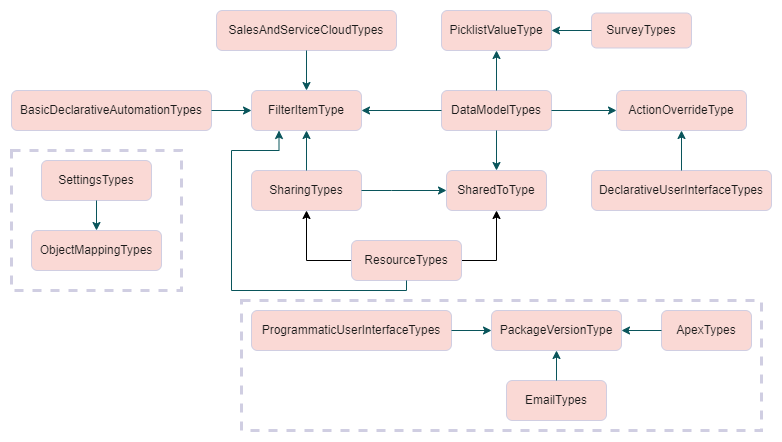
Before: package_diagram.png, a diagram exported from draw.io (learnbenlearn/ApexMetadataAPI). Source tidied: cells renumbered, new cells last; positions are measured from the earlier drawing's top-left corner, leaving out a move shared by most shapes.
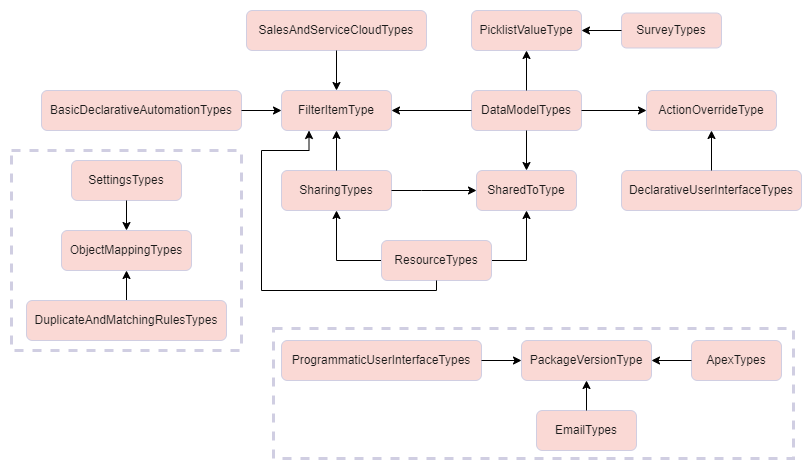
The same file after the commit.

The edit, as a diff of the source:
```diff
@@ -3,9 +3,9 @@
     <mxCell id="0" />
     <mxCell id="1" parent="0" />
     <mxCell id="2" style="group;fontColor=#1A1A1A;" parent="1" vertex="1">
-      <mxGeometry width="760" height="310" as="geometry" />
+      <mxGeometry width="760" height="440" as="geometry" />
     </mxCell>
-    <mxCell id="3" style="edgeStyle=orthogonalEdgeStyle;rounded=0;jettySize=auto;html=1;entryX=0.5;entryY=1;entryDx=0;entryDy=0;exitX=0;exitY=0.5;exitDx=0;exitDy=0;" parent="2" edge="1" source="5" target="6">
+    <mxCell id="3" style="edgeStyle=orthogonalEdgeStyle;rounded=0;jettySize=auto;html=1;entryX=0.5;entryY=1;entryDx=0;entryDy=0;exitX=0;exitY=0.5;exitDx=0;exitDy=0;strokeColor=#000000;" parent="2" edge="1" source="5" target="6">
       <mxGeometry relative="1" as="geometry">
         <Array as="points">
           <mxPoint x="295" y="250" />
@@ -51,10 +51,10 @@
     <mxCell id="16" value="FilterItemType" style="rounded=1;whiteSpace=wrap;html=1;fillColor=#FAD9D5;strokeColor=#D0CEE2;fontColor=#1A1A1A;" parent="14" vertex="1">
       <mxGeometry x="35" y="80" width="110" height="40" as="geometry" />
     </mxCell>
-    <mxCell id="17" style="edgeStyle=orthogonalEdgeStyle;rounded=0;jettySize=auto;html=1;strokeColor=#09555B;fontColor=#1A1A1A;" parent="14" edge="1" source="15" target="16">
+    <mxCell id="17" style="edgeStyle=orthogonalEdgeStyle;rounded=0;jettySize=auto;html=1;strokeColor=#000000;fontColor=#1A1A1A;exitX=0.5;exitY=1;exitDx=0;exitDy=0;" parent="14" edge="1" source="15" target="16">
       <mxGeometry relative="1" as="geometry" />
     </mxCell>
-    <mxCell id="18" style="edgeStyle=orthogonalEdgeStyle;rounded=0;jettySize=auto;html=1;strokeColor=#09555B;fontColor=#1A1A1A;exitX=1;exitY=0.5;exitDx=0;exitDy=0;entryX=0;entryY=0.5;entryDx=0;entryDy=0;" parent="2" edge="1" source="6" target="7">
+    <mxCell id="18" style="edgeStyle=orthogonalEdgeStyle;rounded=0;jettySize=auto;html=1;strokeColor=#000000;fontColor=#1A1A1A;exitX=1;exitY=0.5;exitDx=0;exitDy=0;entryX=0;entryY=0.5;entryDx=0;entryDy=0;" parent="2" edge="1" source="6" target="7">
       <mxGeometry relative="1" as="geometry">
         <Array as="points">
           <mxPoint x="380" y="180" />
@@ -62,28 +62,28 @@
         </Array>
       </mxGeometry>
     </mxCell>
-    <mxCell id="19" style="edgeStyle=orthogonalEdgeStyle;rounded=0;jettySize=auto;html=1;strokeColor=#09555B;fontColor=#1A1A1A;" parent="2" edge="1" source="8" target="9">
+    <mxCell id="19" style="edgeStyle=orthogonalEdgeStyle;rounded=0;jettySize=auto;html=1;strokeColor=#000000;fontColor=#1A1A1A;" parent="2" edge="1" source="8" target="9">
       <mxGeometry relative="1" as="geometry" />
     </mxCell>
-    <mxCell id="20" style="edgeStyle=orthogonalEdgeStyle;rounded=0;jettySize=auto;html=1;strokeColor=#09555B;fontColor=#1A1A1A;" parent="2" edge="1" source="10" target="9">
+    <mxCell id="20" style="edgeStyle=orthogonalEdgeStyle;rounded=0;jettySize=auto;html=1;strokeColor=#000000;fontColor=#1A1A1A;" parent="2" edge="1" source="10" target="9">
       <mxGeometry relative="1" as="geometry" />
     </mxCell>
-    <mxCell id="21" style="edgeStyle=orthogonalEdgeStyle;rounded=0;jettySize=auto;html=1;strokeColor=#09555B;fontColor=#1A1A1A;" parent="2" edge="1" source="10" target="7">
+    <mxCell id="21" style="edgeStyle=orthogonalEdgeStyle;rounded=0;jettySize=auto;html=1;strokeColor=#000000;fontColor=#1A1A1A;" parent="2" edge="1" source="10" target="7">
       <mxGeometry relative="1" as="geometry" />
     </mxCell>
-    <mxCell id="22" style="edgeStyle=orthogonalEdgeStyle;rounded=0;jettySize=auto;html=1;strokeColor=#09555B;fontColor=#1A1A1A;" parent="2" edge="1" source="10" target="12">
+    <mxCell id="22" style="edgeStyle=orthogonalEdgeStyle;rounded=0;jettySize=auto;html=1;strokeColor=#000000;fontColor=#1A1A1A;" parent="2" edge="1" source="10" target="12">
       <mxGeometry relative="1" as="geometry" />
     </mxCell>
-    <mxCell id="23" style="edgeStyle=orthogonalEdgeStyle;rounded=0;jettySize=auto;html=1;strokeColor=#09555B;fontColor=#1A1A1A;" parent="2" edge="1" source="11" target="12">
+    <mxCell id="23" style="edgeStyle=orthogonalEdgeStyle;rounded=0;jettySize=auto;html=1;strokeColor=#000000;fontColor=#1A1A1A;" parent="2" edge="1" source="11" target="12">
       <mxGeometry relative="1" as="geometry" />
     </mxCell>
-    <mxCell id="24" style="edgeStyle=orthogonalEdgeStyle;rounded=0;jettySize=auto;html=1;strokeColor=#09555B;fontColor=#1A1A1A;" parent="2" edge="1" source="13" target="16">
+    <mxCell id="24" style="edgeStyle=orthogonalEdgeStyle;rounded=0;jettySize=auto;html=1;strokeColor=#000000;fontColor=#1A1A1A;" parent="2" edge="1" source="13" target="16">
       <mxGeometry relative="1" as="geometry" />
     </mxCell>
-    <mxCell id="25" style="edgeStyle=orthogonalEdgeStyle;rounded=0;jettySize=auto;html=1;strokeColor=#09555B;fontColor=#1A1A1A;" parent="2" edge="1" source="10" target="16">
+    <mxCell id="25" style="edgeStyle=orthogonalEdgeStyle;rounded=0;jettySize=auto;html=1;strokeColor=#000000;fontColor=#1A1A1A;" parent="2" edge="1" source="10" target="16">
       <mxGeometry relative="1" as="geometry" />
     </mxCell>
-    <mxCell id="26" style="edgeStyle=orthogonalEdgeStyle;rounded=0;jettySize=auto;html=1;strokeColor=#09555B;fontColor=#1A1A1A;exitX=0.5;exitY=0;exitDx=0;exitDy=0;" parent="2" edge="1" source="6" target="16">
+    <mxCell id="26" style="edgeStyle=orthogonalEdgeStyle;rounded=0;jettySize=auto;html=1;strokeColor=#000000;fontColor=#1A1A1A;exitX=0.5;exitY=0;exitDx=0;exitDy=0;" parent="2" edge="1" source="6" target="16">
       <mxGeometry relative="1" as="geometry">
         <Array as="points">
           <mxPoint x="295" y="160" />
@@ -91,7 +91,7 @@
         </Array>
       </mxGeometry>
     </mxCell>
-    <mxCell id="27" style="edgeStyle=orthogonalEdgeStyle;rounded=0;jettySize=auto;html=1;strokeColor=#09555B;fontColor=#1A1A1A;exitX=0.5;exitY=1;exitDx=0;exitDy=0;entryX=0.25;entryY=1;entryDx=0;entryDy=0;" parent="2" edge="1" source="5" target="16">
+    <mxCell id="27" style="edgeStyle=orthogonalEdgeStyle;rounded=0;jettySize=auto;html=1;strokeColor=#000000;fontColor=#1A1A1A;exitX=0.5;exitY=1;exitDx=0;exitDy=0;entryX=0.25;entryY=1;entryDx=0;entryDy=0;" parent="2" edge="1" source="5" target="16">
       <mxGeometry relative="1" as="geometry">
         <Array as="points">
           <mxPoint x="395" y="280" />
@@ -102,46 +102,49 @@
       </mxGeometry>
     </mxCell>
     <mxCell id="28" style="whiteSpace=wrap;html=1;rounded=0;strokeColor=#D0CEE2;strokeWidth=3;dashed=1;fillColor=none;fontColor=#1A1A1A;" parent="2" vertex="1">
-      <mxGeometry y="140" width="170" height="140" as="geometry" />
+      <mxGeometry x="-30" y="140" width="230" height="200" as="geometry" />
     </mxCell>
     <mxCell id="29" value="SettingsTypes" style="rounded=1;whiteSpace=wrap;html=1;fillColor=#FAD9D5;strokeColor=#D0CEE2;fontColor=#1A1A1A;" parent="2" vertex="1">
       <mxGeometry x="30" y="150" width="110" height="40" as="geometry" />
     </mxCell>
+    <mxCell id="41" style="rounded=0;whiteSpace=wrap;html=1;dashed=1;strokeColor=#D0CEE2;strokeWidth=3;fillColor=none;fontColor=#1A1A1A;" parent="2" vertex="1">
+      <mxGeometry x="232" y="318" width="520" height="130" as="geometry" />
+    </mxCell>
     <mxCell id="30" style="group;fontColor=#1A1A1A;" parent="1" vertex="1">
-      <mxGeometry x="20" y="220" width="130" height="110" as="geometry" />
+      <mxGeometry x="20" y="220" width="165" height="110" as="geometry" />
     </mxCell>
     <mxCell id="31" value="ObjectMappingTypes" style="rounded=1;whiteSpace=wrap;html=1;fillColor=#FAD9D5;strokeColor=#D0CEE2;fontColor=#1A1A1A;" parent="30" vertex="1">
       <mxGeometry width="130" height="40" as="geometry" />
     </mxCell>
+    <mxCell id="42" style="edgeStyle=orthogonalEdgeStyle;rounded=0;jettySize=auto;html=1;" parent="30" edge="1" source="43" target="31">
+      <mxGeometry relative="1" as="geometry" />
+    </mxCell>
+    <mxCell id="43" value="DuplicateAndMatchingRulesTypes" style="rounded=1;whiteSpace=wrap;html=1;fillColor=#FAD9D5;strokeColor=#D0CEE2;fontColor=#1A1A1A;" parent="30" vertex="1">
+      <mxGeometry x="-35" y="70" width="200" height="40" as="geometry" />
+    </mxCell>
-    <mxCell id="32" style="edgeStyle=orthogonalEdgeStyle;rounded=0;jettySize=auto;html=1;strokeColor=#09555B;fontColor=#1A1A1A;" parent="1" edge="1" source="29" target="31">
+    <mxCell id="32" style="edgeStyle=orthogonalEdgeStyle;rounded=0;jettySize=auto;html=1;strokeColor=#000000;fontColor=#1A1A1A;" parent="1" edge="1" source="29" target="31">
       <mxGeometry relative="1" as="geometry" />
     </mxCell>
-    <mxCell id="33" style="group;strokeColor=none;perimeterSpacing=14;strokeWidth=1;rounded=0;fontColor=#1A1A1A;" parent="1" vertex="1">
-      <mxGeometry x="240" y="300" width="510" height="120" as="geometry" />
-    </mxCell>
-    <mxCell id="34" value="PackageVersionType" style="rounded=1;whiteSpace=wrap;html=1;fillColor=#FAD9D5;strokeColor=#D0CEE2;fontColor=#1A1A1A;" parent="33" vertex="1">
-      <mxGeometry x="240" width="130" height="40" as="geometry" />
+    <mxCell id="34" value="PackageVersionType" style="rounded=1;whiteSpace=wrap;html=1;fillColor=#FAD9D5;strokeColor=#D0CEE2;fontColor=#1A1A1A;" parent="1" vertex="1">
+      <mxGeometry x="480" y="330" width="130" height="40" as="geometry" />
     </mxCell>
-    <mxCell id="35" value="ApexTypes&lt;span style=&quot;color: rgba(0 , 0 , 0 , 0) ; font-family: monospace ; font-size: 0px&quot;&gt;%3CmxGraphModel%3E%3Croot%3E%3CmxCell%20id%3D%220%22%2F%3E%3CmxCell%20id%3D%221%22%20parent%3D%220%22%2F%3E%3CmxCell%20id%3D%222%22%20value%3D%22PackageVersionType%22%20style%3D%22rounded%3D1%3BwhiteSpace%3Dwrap%3Bhtml%3D1%3B%22%20vertex%3D%221%22%20parent%3D%221%22%3E%3CmxGeometry%20x%3D%22340%22%20y%3D%22270%22%20width%3D%22130%22%20height%3D%2260%22%20as%3D%22geometry%22%2F%3E%3C%2FmxCell%3E%3C%2Froot%3E%3C%2FmxGraphModel%3E&lt;/span&gt;" style="rounded=1;whiteSpace=wrap;html=1;fillColor=#FAD9D5;strokeColor=#D0CEE2;fontColor=#1A1A1A;" parent="33" vertex="1">
-      <mxGeometry x="410" width="90" height="40" as="geometry" />
+    <mxCell id="35" value="ApexTypes&lt;span style=&quot;color: rgba(0 , 0 , 0 , 0) ; font-family: monospace ; font-size: 0px&quot;&gt;%3CmxGraphModel%3E%3Croot%3E%3CmxCell%20id%3D%220%22%2F%3E%3CmxCell%20id%3D%221%22%20parent%3D%220%22%2F%3E%3CmxCell%20id%3D%222%22%20value%3D%22PackageVersionType%22%20style%3D%22rounded%3D1%3BwhiteSpace%3Dwrap%3Bhtml%3D1%3B%22%20vertex%3D%221%22%20parent%3D%221%22%3E%3CmxGeometry%20x%3D%22340%22%20y%3D%22270%22%20width%3D%22130%22%20height%3D%2260%22%20as%3D%22geometry%22%2F%3E%3C%2FmxCell%3E%3C%2Froot%3E%3C%2FmxGraphModel%3E&lt;/span&gt;" style="rounded=1;whiteSpace=wrap;html=1;fillColor=#FAD9D5;strokeColor=#D0CEE2;fontColor=#1A1A1A;" parent="1" vertex="1">
+      <mxGeometry x="650" y="330" width="90" height="40" as="geometry" />
     </mxCell>
-    <mxCell id="36" value="EmailTypes" style="rounded=1;whiteSpace=wrap;html=1;fillColor=#FAD9D5;strokeColor=#D0CEE2;fontColor=#1A1A1A;" parent="33" vertex="1">
-      <mxGeometry x="255" y="70" width="100" height="40" as="geometry" />
+    <mxCell id="36" value="EmailTypes" style="rounded=1;whiteSpace=wrap;html=1;fillColor=#FAD9D5;strokeColor=#D0CEE2;fontColor=#1A1A1A;" parent="1" vertex="1">
+      <mxGeometry x="495" y="400" width="100" height="40" as="geometry" />
     </mxCell>
-    <mxCell id="37" value="ProgrammaticUserInterfaceTypes" style="rounded=1;whiteSpace=wrap;html=1;fillColor=#FAD9D5;strokeColor=#D0CEE2;fontColor=#1A1A1A;" parent="33" vertex="1">
-      <mxGeometry width="200" height="40" as="geometry" />
+    <mxCell id="37" value="ProgrammaticUserInterfaceTypes" style="rounded=1;whiteSpace=wrap;html=1;fillColor=#FAD9D5;strokeColor=#D0CEE2;fontColor=#1A1A1A;" parent="1" vertex="1">
+      <mxGeometry x="240" y="330" width="200" height="40" as="geometry" />
     </mxCell>
-    <mxCell id="38" style="edgeStyle=orthogonalEdgeStyle;rounded=0;jettySize=auto;html=1;strokeColor=#09555B;fontColor=#1A1A1A;" parent="33" edge="1" source="35" target="34">
+    <mxCell id="38" style="edgeStyle=orthogonalEdgeStyle;rounded=0;jettySize=auto;html=1;strokeColor=#000000;fontColor=#1A1A1A;" parent="1" edge="1" source="35" target="34">
       <mxGeometry relative="1" as="geometry" />
     </mxCell>
-    <mxCell id="39" style="edgeStyle=orthogonalEdgeStyle;rounded=0;jettySize=auto;html=1;strokeColor=#09555B;fontColor=#1A1A1A;" parent="33" edge="1" source="36" target="34">
+    <mxCell id="39" style="edgeStyle=orthogonalEdgeStyle;rounded=0;jettySize=auto;html=1;strokeColor=#000000;fontColor=#1A1A1A;" parent="1" edge="1" source="36" target="34">
       <mxGeometry relative="1" as="geometry" />
     </mxCell>
-    <mxCell id="40" style="edgeStyle=orthogonalEdgeStyle;rounded=0;jettySize=auto;html=1;strokeColor=#09555B;fontColor=#1A1A1A;" parent="33" edge="1" source="37" target="34">
+    <mxCell id="40" style="edgeStyle=orthogonalEdgeStyle;rounded=0;jettySize=auto;html=1;strokeColor=#000000;fontColor=#1A1A1A;" parent="1" edge="1" source="37" target="34">
       <mxGeometry relative="1" as="geometry" />
     </mxCell>
-    <mxCell id="41" style="rounded=0;whiteSpace=wrap;html=1;dashed=1;strokeColor=#D0CEE2;strokeWidth=3;fillColor=none;fontColor=#1A1A1A;" parent="33" vertex="1">
-      <mxGeometry x="-10" y="-10" width="520" height="130" as="geometry" />
-    </mxCell>
   </root>
 </mxGraphModel>
```
